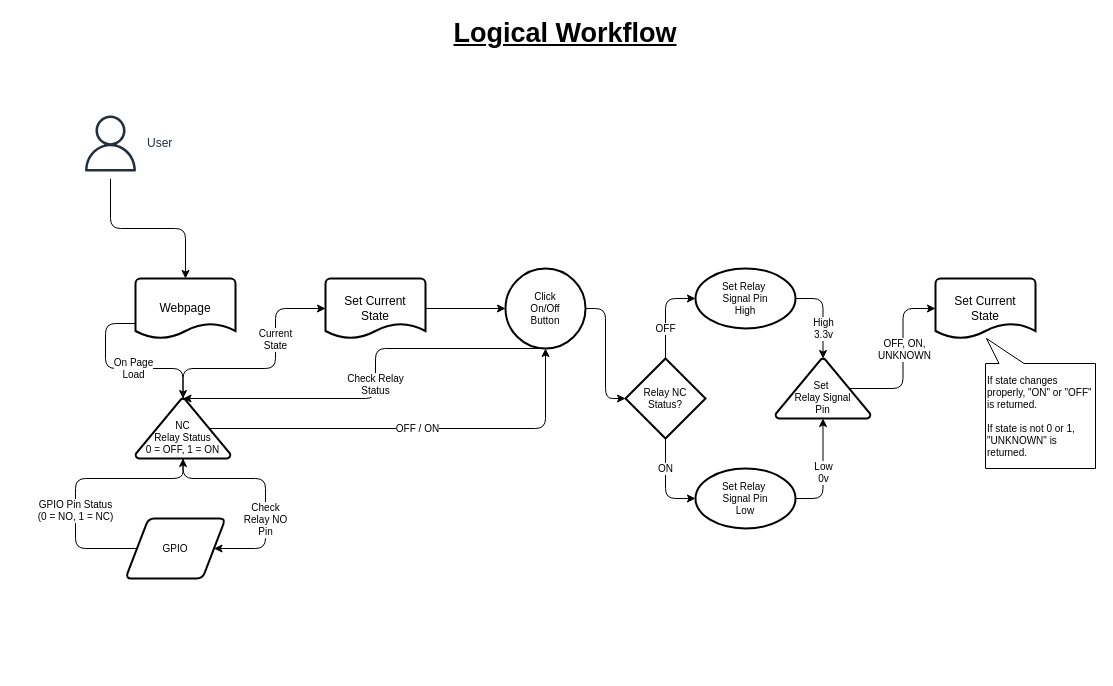
This is assets/logic_workflow.drawio from miarond/RPi_Irrigation_Bypass_Sensor, a draw.io file, before an edit. Source tidied: cells renumbered, new cells numbered last; positions are measured from the earlier drawing's top-left corner, leaving out a move shared by most shapes. Both pictures are drawn from the tidied source at 100%, with x=0, y=0 at pixel (75, 18).
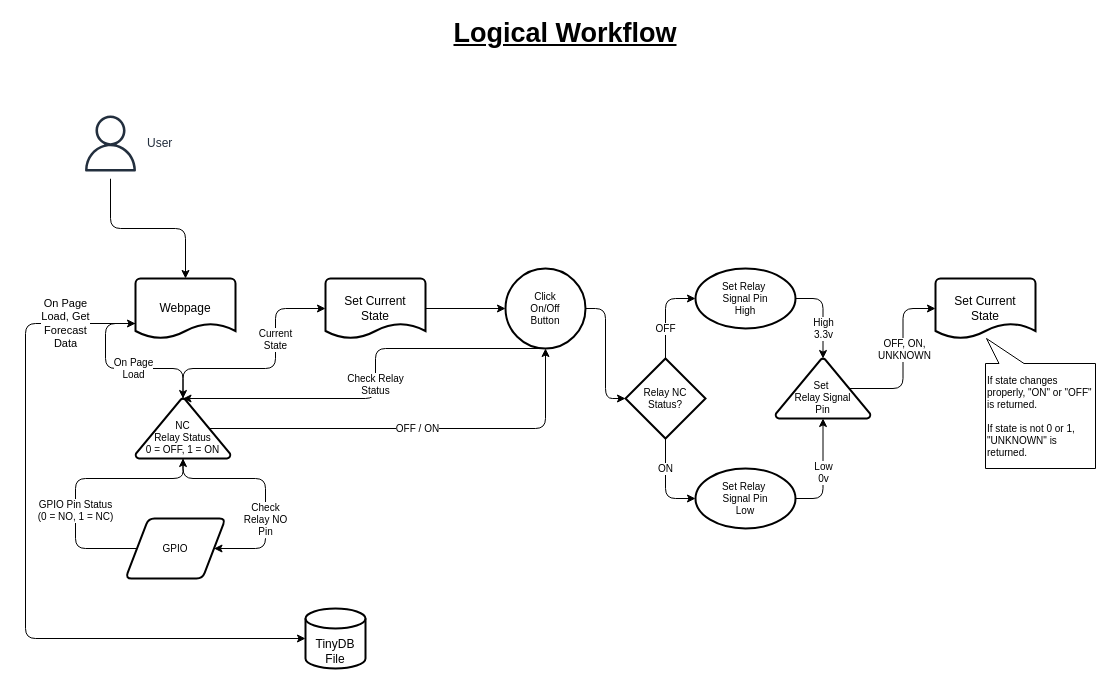
The same diagram, later.

Commit message (it also covers changes not shown here):
Adding forecast DB to logical diagram

The change refers to these unchanged cells:
```xml
<mxCell id="3" value="Webpage" style="strokeWidth=2;html=1;shape=mxgraph.flowchart.document2;whiteSpace=wrap;size=0.25;" parent="1" vertex="1">
  <mxGeometry x="60" y="260" width="100" height="60" as="geometry" />
</mxCell>
```

Change to the diagram source:
```diff
@@
+    <mxCell id="31" value="On Page&lt;br&gt;Load, Get&lt;br&gt;Forecast&lt;br&gt;Data" style="edgeStyle=elbowEdgeStyle;html=1;exitX=0;exitY=0.75;exitDx=0;exitDy=0;exitPerimeter=0;entryX=0;entryY=0.5;entryDx=0;entryDy=0;entryPerimeter=0;startArrow=classic;startFill=1;" parent="1" edge="1" source="3" target="32">
+      <mxGeometry x="-0.8" relative="1" as="geometry">
+        <Array as="points">
+          <mxPoint x="-50" y="470" />
+        </Array>
+      </mxGeometry>
+    </mxCell>
@@
+    <mxCell id="32" value="TinyDB&lt;br&gt;File" style="strokeWidth=2;html=1;shape=mxgraph.flowchart.database;whiteSpace=wrap;verticalAlign=bottom;" parent="1" vertex="1">
+      <mxGeometry x="230" y="590" width="60" height="60" as="geometry" />
+    </mxCell>
```
